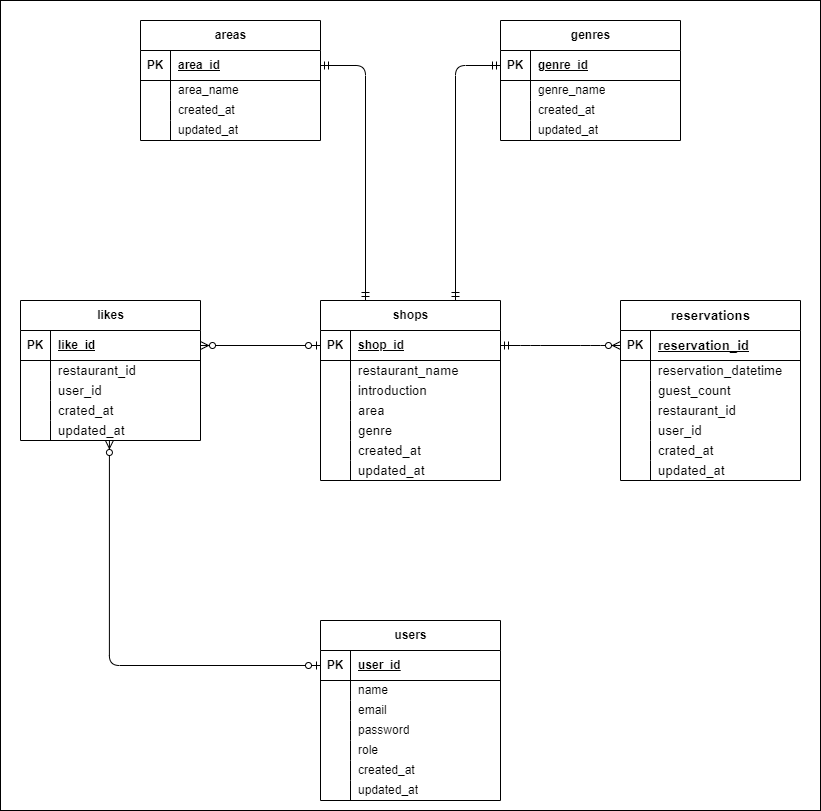
Earlier version of the draw.io export ER.drawio.png (seiya71/Rese). Source tidied: cells renumbered, new cells last; positions are measured from the earlier drawing's top-left corner, leaving out a move shared by most shapes.
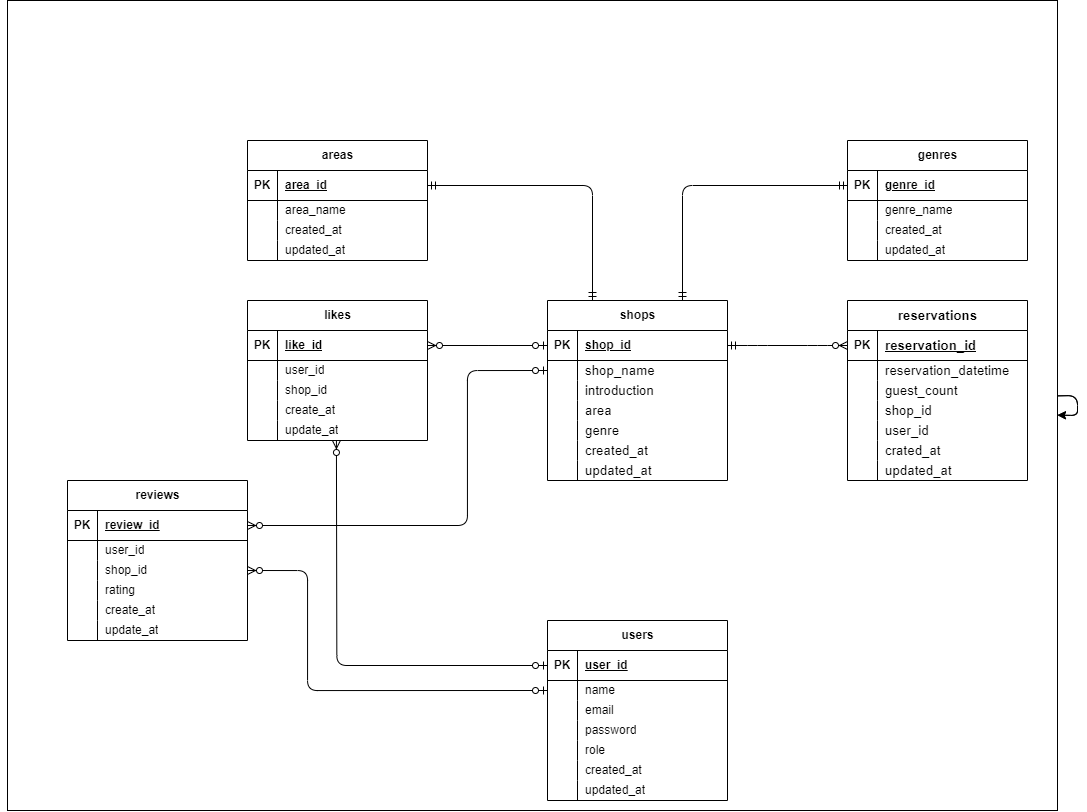
After the commit.

Change to the diagram source:
```diff
@@ -2,8 +2,13 @@
   <root>
     <mxCell id="0" />
     <mxCell id="1" parent="0" />
+    <mxCell id="116" style="edgeStyle=none;html=1;" parent="1" edge="1" source="2">
+      <mxGeometry relative="1" as="geometry">
+        <mxPoint y="400" as="targetPoint" />
+      </mxGeometry>
+    </mxCell>
     <mxCell id="2" style="rounded=0;whiteSpace=wrap;html=1;" parent="1" vertex="1">
-      <mxGeometry width="820" height="810" as="geometry" />
+      <mxGeometry x="-220" width="1050" height="810" as="geometry" />
     </mxCell>
     <mxCell id="3" value="users" style="shape=table;startSize=30;rowLines=0;fontStyle=1;align=center;html=1;" parent="1" vertex="1">
       <mxGeometry x="320" y="620" width="180" height="180" as="geometry" />
@@ -89,7 +94,7 @@
     <mxCell id="30" style="shape=partialRectangle;fillColor=none;top=0;left=0;bottom=0;right=0;overflow=hidden;whiteSpace=wrap;html=1;" parent="29" vertex="1">
       <mxGeometry width="30" height="20" as="geometry" />
     </mxCell>
-    <mxCell id="31" value="&lt;span style=&quot;color: rgb(0, 0, 0); font-size: 10pt; font-family: Arial;&quot;&gt;restaurant_name&lt;/span&gt;" style="shape=partialRectangle;fillColor=none;top=0;left=0;bottom=0;right=0;align=left;spacingLeft=6;overflow=hidden;whiteSpace=wrap;html=1;" parent="29" vertex="1">
+    <mxCell id="31" value="&lt;span style=&quot;color: rgb(0, 0, 0); font-size: 10pt; font-family: Arial;&quot;&gt;shop_name&lt;/span&gt;" style="shape=partialRectangle;fillColor=none;top=0;left=0;bottom=0;right=0;align=left;spacingLeft=6;overflow=hidden;whiteSpace=wrap;html=1;" parent="29" vertex="1">
       <mxGeometry x="30" width="150" height="20" as="geometry" />
     </mxCell>
     <mxCell id="32" style="shape=tableRow;horizontal=0;startSize=0;swimlaneHead=0;swimlaneBody=0;fillColor=none;top=0;left=0;right=0;bottom=0;" parent="25" vertex="1">
@@ -173,7 +178,7 @@
     <mxCell id="58" style="shape=partialRectangle;fillColor=none;top=0;left=0;bottom=0;right=0;overflow=hidden;whiteSpace=wrap;html=1;" parent="57" vertex="1">
       <mxGeometry width="30" height="20" as="geometry" />
     </mxCell>
-    <mxCell id="59" value="&lt;span style=&quot;color: rgb(0, 0, 0); font-size: 10pt; font-family: Arial;&quot;&gt;restaurant_id&lt;/span&gt;" style="shape=partialRectangle;fillColor=none;top=0;left=0;bottom=0;right=0;align=left;spacingLeft=6;overflow=hidden;whiteSpace=wrap;html=1;" parent="57" vertex="1">
+    <mxCell id="59" value="&lt;span style=&quot;color: rgb(0, 0, 0); font-size: 10pt; font-family: Arial;&quot;&gt;shop_id&lt;/span&gt;" style="shape=partialRectangle;fillColor=none;top=0;left=0;bottom=0;right=0;align=left;spacingLeft=6;overflow=hidden;whiteSpace=wrap;html=1;" parent="57" vertex="1">
       <mxGeometry x="30" width="150" height="20" as="geometry" />
     </mxCell>
     <mxCell id="60" style="shape=tableRow;horizontal=0;startSize=0;swimlaneHead=0;swimlaneBody=0;fillColor=none;top=0;left=0;right=0;bottom=0;" parent="47" vertex="1">
@@ -203,65 +208,21 @@
     <mxCell id="68" value="&lt;span style=&quot;color: rgb(0, 0, 0); font-size: 10pt; font-family: Arial;&quot;&gt;updated_at&lt;/span&gt;" style="shape=partialRectangle;fillColor=none;top=0;left=0;bottom=0;right=0;align=left;spacingLeft=6;overflow=hidden;whiteSpace=wrap;html=1;" parent="66" vertex="1">
       <mxGeometry x="30" width="150" height="20" as="geometry" />
     </mxCell>
-    <mxCell id="69" value="likes" style="shape=table;startSize=30;rowLines=0;fontStyle=1;align=center;html=1;" parent="1" vertex="1">
-      <mxGeometry x="20" y="300" width="180" height="140" as="geometry" />
-    </mxCell>
-    <mxCell id="70" style="shape=tableRow;horizontal=0;startSize=0;swimlaneHead=0;swimlaneBody=0;fillColor=none;points=[[0,0.5],[1,0.5]];portConstraint=eastwest;top=0;left=0;right=0;bottom=1;" parent="69" vertex="1">
-      <mxGeometry y="30" width="180" height="30" as="geometry" />
-    </mxCell>
-    <mxCell id="71" value="PK" style="shape=partialRectangle;fillColor=none;top=0;left=0;bottom=0;right=0;fontStyle=1;overflow=hidden;whiteSpace=wrap;html=1;" parent="70" vertex="1">
-      <mxGeometry width="30" height="30" as="geometry" />
-    </mxCell>
-    <mxCell id="72" value="like_id" style="shape=partialRectangle;fillColor=none;top=0;left=0;bottom=0;right=0;align=left;spacingLeft=6;fontStyle=5;overflow=hidden;whiteSpace=wrap;html=1;" parent="70" vertex="1">
-      <mxGeometry x="30" width="150" height="30" as="geometry" />
-    </mxCell>
-    <mxCell id="73" style="shape=tableRow;horizontal=0;startSize=0;swimlaneHead=0;swimlaneBody=0;fillColor=none;top=0;left=0;right=0;bottom=0;" parent="69" vertex="1">
-      <mxGeometry y="60" width="180" height="20" as="geometry" />
-    </mxCell>
-    <mxCell id="74" style="shape=partialRectangle;fillColor=none;top=0;left=0;bottom=0;right=0;overflow=hidden;whiteSpace=wrap;html=1;" parent="73" vertex="1">
-      <mxGeometry width="30" height="20" as="geometry" />
-    </mxCell>
-    <mxCell id="75" value="&lt;span style=&quot;color: rgb(0, 0, 0); font-size: 10pt; font-family: Arial;&quot;&gt;restaurant_id&lt;/span&gt;" style="shape=partialRectangle;fillColor=none;top=0;left=0;bottom=0;right=0;align=left;spacingLeft=6;overflow=hidden;whiteSpace=wrap;html=1;" parent="73" vertex="1">
-      <mxGeometry x="30" width="150" height="20" as="geometry" />
-    </mxCell>
-    <mxCell id="76" style="shape=tableRow;horizontal=0;startSize=0;swimlaneHead=0;swimlaneBody=0;fillColor=none;top=0;left=0;right=0;bottom=0;" parent="69" vertex="1">
-      <mxGeometry y="80" width="180" height="20" as="geometry" />
-    </mxCell>
-    <mxCell id="77" style="shape=partialRectangle;fillColor=none;top=0;left=0;bottom=0;right=0;overflow=hidden;whiteSpace=wrap;html=1;" parent="76" vertex="1">
-      <mxGeometry width="30" height="20" as="geometry" />
-    </mxCell>
-    <mxCell id="78" value="&lt;span style=&quot;color: rgb(0, 0, 0); font-size: 10pt; font-family: Arial;&quot;&gt;user_id&lt;/span&gt;" style="shape=partialRectangle;fillColor=none;top=0;left=0;bottom=0;right=0;align=left;spacingLeft=6;overflow=hidden;whiteSpace=wrap;html=1;" parent="76" vertex="1">
-      <mxGeometry x="30" width="150" height="20" as="geometry" />
-    </mxCell>
-    <mxCell id="79" style="shape=tableRow;horizontal=0;startSize=0;swimlaneHead=0;swimlaneBody=0;fillColor=none;top=0;left=0;right=0;bottom=0;" parent="69" vertex="1">
-      <mxGeometry y="100" width="180" height="20" as="geometry" />
-    </mxCell>
-    <mxCell id="80" style="shape=partialRectangle;fillColor=none;top=0;left=0;bottom=0;right=0;overflow=hidden;whiteSpace=wrap;html=1;" parent="79" vertex="1">
-      <mxGeometry width="30" height="20" as="geometry" />
-    </mxCell>
-    <mxCell id="81" value="&lt;span style=&quot;color: rgb(0, 0, 0); font-size: 10pt; font-family: Arial;&quot;&gt;crated_at&lt;/span&gt;" style="shape=partialRectangle;fillColor=none;top=0;left=0;bottom=0;right=0;align=left;spacingLeft=6;overflow=hidden;whiteSpace=wrap;html=1;" parent="79" vertex="1">
-      <mxGeometry x="30" width="150" height="20" as="geometry" />
-    </mxCell>
-    <mxCell id="82" style="shape=tableRow;horizontal=0;startSize=0;swimlaneHead=0;swimlaneBody=0;fillColor=none;points=[[0,0.5],[1,0.5]];portConstraint=eastwest;top=0;left=0;right=0;bottom=0;" parent="69" vertex="1">
-      <mxGeometry y="120" width="180" height="20" as="geometry" />
-    </mxCell>
-    <mxCell id="83" style="shape=partialRectangle;fillColor=none;top=0;left=0;bottom=0;right=0;overflow=hidden;whiteSpace=wrap;html=1;" parent="82" vertex="1">
-      <mxGeometry width="30" height="20" as="geometry" />
-    </mxCell>
-    <mxCell id="84" value="&lt;span style=&quot;color: rgb(0, 0, 0); font-size: 10pt; font-family: Arial;&quot;&gt;updated_at&lt;/span&gt;" style="shape=partialRectangle;fillColor=none;top=0;left=0;bottom=0;right=0;align=left;spacingLeft=6;overflow=hidden;whiteSpace=wrap;html=1;" parent="82" vertex="1">
-      <mxGeometry x="30" width="150" height="20" as="geometry" />
-    </mxCell>
-    <mxCell id="85" style="edgeStyle=orthogonalEdgeStyle;fontSize=12;html=1;endArrow=ERzeroToMany;startArrow=ERzeroToOne;exitX=0;exitY=0.5;exitDx=0;exitDy=0;entryX=0.494;entryY=1;entryDx=0;entryDy=0;entryPerimeter=0;" parent="1" edge="1" source="4" target="82">
-      <mxGeometry relative="1" as="geometry" />
+    <mxCell id="85" style="edgeStyle=orthogonalEdgeStyle;fontSize=12;html=1;endArrow=ERzeroToMany;startArrow=ERzeroToOne;exitX=0;exitY=0.5;exitDx=0;exitDy=0;entryX=0.494;entryY=1;entryDx=0;entryDy=0;entryPerimeter=0;" parent="1" edge="1" source="4">
+      <mxGeometry relative="1" as="geometry">
+        <mxPoint x="108.9" y="440" as="targetPoint" />
+      </mxGeometry>
     </mxCell>
-    <mxCell id="86" style="edgeStyle=orthogonalEdgeStyle;fontSize=12;html=1;endArrow=ERzeroToMany;startArrow=ERzeroToOne;exitX=0;exitY=0.5;exitDx=0;exitDy=0;entryX=1;entryY=0.5;entryDx=0;entryDy=0;" parent="1" edge="1" source="26" target="70">
-      <mxGeometry relative="1" as="geometry" />
+    <mxCell id="86" style="edgeStyle=orthogonalEdgeStyle;fontSize=12;html=1;endArrow=ERzeroToMany;startArrow=ERzeroToOne;exitX=0;exitY=0.5;exitDx=0;exitDy=0;entryX=1;entryY=0.5;entryDx=0;entryDy=0;" parent="1" edge="1" source="26">
+      <mxGeometry relative="1" as="geometry">
+        <mxPoint x="200" y="345" as="targetPoint" />
+      </mxGeometry>
     </mxCell>
     <mxCell id="87" style="edgeStyle=entityRelationEdgeStyle;fontSize=12;html=1;endArrow=ERzeroToMany;startArrow=ERmandOne;exitX=1;exitY=0.5;exitDx=0;exitDy=0;entryX=0;entryY=0.5;entryDx=0;entryDy=0;" parent="1" edge="1" source="26" target="48">
       <mxGeometry relative="1" as="geometry" />
     </mxCell>
     <mxCell id="88" value="areas" style="shape=table;startSize=30;rowLines=0;fontStyle=1;align=center;html=1;" parent="1" vertex="1">
-      <mxGeometry x="140" y="20" width="180" height="120" as="geometry" />
+      <mxGeometry x="20" y="140" width="180" height="120" as="geometry" />
     </mxCell>
     <mxCell id="89" style="shape=tableRow;horizontal=0;startSize=0;swimlaneHead=0;swimlaneBody=0;fillColor=none;points=[[0,0.5],[1,0.5]];portConstraint=eastwest;top=0;left=0;right=0;bottom=1;" parent="88" vertex="1">
       <mxGeometry y="30" width="180" height="30" as="geometry" />
@@ -300,7 +261,7 @@
       <mxGeometry x="30" width="150" height="20" as="geometry" />
     </mxCell>
     <mxCell id="101" value="genres" style="shape=table;startSize=30;rowLines=0;fontStyle=1;align=center;html=1;" parent="1" vertex="1">
-      <mxGeometry x="500" y="20" width="180" height="120" as="geometry" />
+      <mxGeometry x="620" y="140" width="180" height="120" as="geometry" />
     </mxCell>
     <mxCell id="102" style="shape=tableRow;horizontal=0;startSize=0;swimlaneHead=0;swimlaneBody=0;fillColor=none;points=[[0,0.5],[1,0.5]];portConstraint=eastwest;top=0;left=0;right=0;bottom=1;" parent="101" vertex="1">
       <mxGeometry y="30" width="180" height="30" as="geometry" />
@@ -344,5 +305,132 @@
     <mxCell id="115" style="edgeStyle=orthogonalEdgeStyle;fontSize=12;html=1;endArrow=ERmandOne;startArrow=ERmandOne;entryX=1;entryY=0.5;entryDx=0;entryDy=0;exitX=0.25;exitY=0;exitDx=0;exitDy=0;" parent="1" edge="1" source="25" target="89">
       <mxGeometry relative="1" as="geometry" />
     </mxCell>
+    <mxCell id="69" value="likes" style="shape=table;startSize=30;rowLines=0;fontStyle=1;align=center;html=1;" parent="1" vertex="1">
+      <mxGeometry x="20" y="300" width="180" height="140" as="geometry" />
+    </mxCell>
+    <mxCell id="117" style="shape=tableRow;horizontal=0;startSize=0;swimlaneHead=0;swimlaneBody=0;fillColor=none;top=0;left=0;right=0;bottom=1;" parent="69" vertex="1">
+      <mxGeometry y="30" width="180" height="30" as="geometry" />
+    </mxCell>
+    <mxCell id="118" value="PK" style="shape=partialRectangle;fillColor=none;top=0;left=0;bottom=0;right=0;fontStyle=1;overflow=hidden;whiteSpace=wrap;html=1;" parent="117" vertex="1">
+      <mxGeometry width="30" height="30" as="geometry" />
+    </mxCell>
+    <mxCell id="72" value="like_id" style="shape=partialRectangle;fillColor=none;top=0;left=0;bottom=0;right=0;align=left;spacingLeft=6;fontStyle=5;overflow=hidden;whiteSpace=wrap;html=1;" parent="117" vertex="1">
+      <mxGeometry x="30" width="150" height="30" as="geometry" />
+    </mxCell>
+    <mxCell id="119" style="shape=tableRow;horizontal=0;startSize=0;swimlaneHead=0;swimlaneBody=0;fillColor=none;top=0;left=0;right=0;bottom=0;" parent="69" vertex="1">
+      <mxGeometry y="60" width="180" height="20" as="geometry" />
+    </mxCell>
+    <mxCell id="120" style="shape=partialRectangle;fillColor=none;top=0;left=0;bottom=0;right=0;overflow=hidden;whiteSpace=wrap;html=1;" parent="119" vertex="1">
+      <mxGeometry width="30" height="20" as="geometry" />
+    </mxCell>
+    <mxCell id="121" value="user_id" style="shape=partialRectangle;fillColor=none;top=0;left=0;bottom=0;right=0;align=left;spacingLeft=6;overflow=hidden;whiteSpace=wrap;html=1;" parent="119" vertex="1">
+      <mxGeometry x="30" width="150" height="20" as="geometry" />
+    </mxCell>
+    <mxCell id="122" style="shape=tableRow;horizontal=0;startSize=0;swimlaneHead=0;swimlaneBody=0;fillColor=none;top=0;left=0;right=0;bottom=0;" parent="69" vertex="1">
+      <mxGeometry y="80" width="180" height="20" as="geometry" />
+    </mxCell>
+    <mxCell id="123" style="shape=partialRectangle;fillColor=none;top=0;left=0;bottom=0;right=0;overflow=hidden;whiteSpace=wrap;html=1;" parent="122" vertex="1">
+      <mxGeometry width="30" height="20" as="geometry" />
+    </mxCell>
+    <mxCell id="124" value="shop_id" style="shape=partialRectangle;fillColor=none;top=0;left=0;bottom=0;right=0;align=left;spacingLeft=6;overflow=hidden;whiteSpace=wrap;html=1;" parent="122" vertex="1">
+      <mxGeometry x="30" width="150" height="20" as="geometry" />
+    </mxCell>
+    <mxCell id="125" style="shape=tableRow;horizontal=0;startSize=0;swimlaneHead=0;swimlaneBody=0;fillColor=none;top=0;left=0;right=0;bottom=0;" parent="69" vertex="1">
+      <mxGeometry y="100" width="180" height="20" as="geometry" />
+    </mxCell>
+    <mxCell id="126" style="shape=partialRectangle;fillColor=none;top=0;left=0;bottom=0;right=0;overflow=hidden;whiteSpace=wrap;html=1;" parent="125" vertex="1">
+      <mxGeometry width="30" height="20" as="geometry" />
+    </mxCell>
+    <mxCell id="127" value="create_at" style="shape=partialRectangle;fillColor=none;top=0;left=0;bottom=0;right=0;align=left;spacingLeft=6;overflow=hidden;whiteSpace=wrap;html=1;" parent="125" vertex="1">
+      <mxGeometry x="30" width="150" height="20" as="geometry" />
+    </mxCell>
+    <mxCell id="128" style="shape=tableRow;horizontal=0;startSize=0;swimlaneHead=0;swimlaneBody=0;fillColor=none;top=0;left=0;right=0;bottom=0;" parent="69" vertex="1">
+      <mxGeometry y="120" width="180" height="20" as="geometry" />
+    </mxCell>
+    <mxCell id="129" style="shape=partialRectangle;fillColor=none;top=0;left=0;bottom=0;right=0;overflow=hidden;whiteSpace=wrap;html=1;" parent="128" vertex="1">
+      <mxGeometry width="30" height="20" as="geometry" />
+    </mxCell>
+    <mxCell id="130" value="update_at" style="shape=partialRectangle;fillColor=none;top=0;left=0;bottom=0;right=0;align=left;spacingLeft=6;overflow=hidden;whiteSpace=wrap;html=1;" parent="128" vertex="1">
+      <mxGeometry x="30" width="150" height="20" as="geometry" />
+    </mxCell>
+    <mxCell id="131" value="revie&lt;span style=&quot;background-color: transparent;&quot;&gt;ws&lt;/span&gt;" style="shape=table;startSize=30;rowLines=0;fontStyle=1;align=center;html=1;" parent="1" vertex="1">
+      <mxGeometry x="-160" y="480" width="180" height="160" as="geometry" />
+    </mxCell>
+    <mxCell id="132" style="shape=tableRow;horizontal=0;startSize=0;swimlaneHead=0;swimlaneBody=0;fillColor=none;points=[[0,0.5],[1,0.5]];portConstraint=eastwest;top=0;left=0;right=0;bottom=1;" parent="131" vertex="1">
+      <mxGeometry y="30" width="180" height="30" as="geometry" />
+    </mxCell>
+    <mxCell id="133" value="PK" style="shape=partialRectangle;fillColor=none;top=0;left=0;bottom=0;right=0;fontStyle=1;overflow=hidden;whiteSpace=wrap;html=1;" parent="132" vertex="1">
+      <mxGeometry width="30" height="30" as="geometry" />
+    </mxCell>
+    <mxCell id="134" value="review_id" style="shape=partialRectangle;fillColor=none;top=0;left=0;bottom=0;right=0;align=left;spacingLeft=6;fontStyle=5;overflow=hidden;whiteSpace=wrap;html=1;" parent="132" vertex="1">
+      <mxGeometry x="30" width="150" height="30" as="geometry" />
+    </mxCell>
+    <mxCell id="135" style="shape=tableRow;horizontal=0;startSize=0;swimlaneHead=0;swimlaneBody=0;fillColor=none;top=0;left=0;right=0;bottom=0;" parent="131" vertex="1">
+      <mxGeometry y="60" width="180" height="20" as="geometry" />
+    </mxCell>
+    <mxCell id="136" style="shape=partialRectangle;fillColor=none;top=0;left=0;bottom=0;right=0;overflow=hidden;whiteSpace=wrap;html=1;" parent="135" vertex="1">
+      <mxGeometry width="30" height="20" as="geometry" />
+    </mxCell>
+    <mxCell id="137" value="user_id" style="shape=partialRectangle;fillColor=none;top=0;left=0;bottom=0;right=0;align=left;spacingLeft=6;overflow=hidden;whiteSpace=wrap;html=1;" parent="135" vertex="1">
+      <mxGeometry x="30" width="150" height="20" as="geometry" />
+    </mxCell>
+    <mxCell id="138" style="shape=tableRow;horizontal=0;startSize=0;swimlaneHead=0;swimlaneBody=0;fillColor=none;points=[[0,0.5],[1,0.5]];portConstraint=eastwest;top=0;left=0;right=0;bottom=0;" parent="131" vertex="1">
+      <mxGeometry y="80" width="180" height="20" as="geometry" />
+    </mxCell>
+    <mxCell id="139" style="shape=partialRectangle;fillColor=none;top=0;left=0;bottom=0;right=0;overflow=hidden;whiteSpace=wrap;html=1;" parent="138" vertex="1">
+      <mxGeometry width="30" height="20" as="geometry" />
+    </mxCell>
+    <mxCell id="140" value="shop_id" style="shape=partialRectangle;fillColor=none;top=0;left=0;bottom=0;right=0;align=left;spacingLeft=6;overflow=hidden;whiteSpace=wrap;html=1;" parent="138" vertex="1">
+      <mxGeometry x="30" width="150" height="20" as="geometry" />
+    </mxCell>
+    <mxCell id="141" style="shape=tableRow;horizontal=0;startSize=0;swimlaneHead=0;swimlaneBody=0;fillColor=none;top=0;left=0;right=0;bottom=0;" parent="131" vertex="1">
+      <mxGeometry y="100" width="180" height="20" as="geometry" />
+    </mxCell>
+    <mxCell id="142" style="shape=partialRectangle;fillColor=none;top=0;left=0;bottom=0;right=0;overflow=hidden;whiteSpace=wrap;html=1;" parent="141" vertex="1">
+      <mxGeometry width="30" height="20" as="geometry" />
+    </mxCell>
+    <mxCell id="143" value="rating" style="shape=partialRectangle;fillColor=none;top=0;left=0;bottom=0;right=0;align=left;spacingLeft=6;overflow=hidden;whiteSpace=wrap;html=1;" parent="141" vertex="1">
+      <mxGeometry x="30" width="150" height="20" as="geometry" />
+    </mxCell>
+    <mxCell id="144" style="shape=tableRow;horizontal=0;startSize=0;swimlaneHead=0;swimlaneBody=0;fillColor=none;top=0;left=0;right=0;bottom=0;" parent="131" vertex="1">
+      <mxGeometry y="120" width="180" height="20" as="geometry" />
+    </mxCell>
+    <mxCell id="145" style="shape=partialRectangle;fillColor=none;top=0;left=0;bottom=0;right=0;overflow=hidden;whiteSpace=wrap;html=1;" parent="144" vertex="1">
+      <mxGeometry width="30" height="20" as="geometry" />
+    </mxCell>
+    <mxCell id="146" value="create_at" style="shape=partialRectangle;fillColor=none;top=0;left=0;bottom=0;right=0;align=left;spacingLeft=6;overflow=hidden;whiteSpace=wrap;html=1;" parent="144" vertex="1">
+      <mxGeometry x="30" width="150" height="20" as="geometry" />
+    </mxCell>
+    <mxCell id="147" style="shape=tableRow;horizontal=0;startSize=0;swimlaneHead=0;swimlaneBody=0;fillColor=none;top=0;left=0;right=0;bottom=0;" parent="131" vertex="1">
+      <mxGeometry y="140" width="180" height="20" as="geometry" />
+    </mxCell>
+    <mxCell id="148" style="shape=partialRectangle;fillColor=none;top=0;left=0;bottom=0;right=0;overflow=hidden;whiteSpace=wrap;html=1;" parent="147" vertex="1">
+      <mxGeometry width="30" height="20" as="geometry" />
+    </mxCell>
+    <mxCell id="149" value="update_at" style="shape=partialRectangle;fillColor=none;top=0;left=0;bottom=0;right=0;align=left;spacingLeft=6;overflow=hidden;whiteSpace=wrap;html=1;" parent="147" vertex="1">
+      <mxGeometry x="30" width="150" height="20" as="geometry" />
+    </mxCell>
+    <mxCell id="150" style="edgeStyle=none;html=1;" parent="1" edge="1" source="2" target="2">
+      <mxGeometry relative="1" as="geometry" />
+    </mxCell>
+    <mxCell id="151" style="edgeStyle=none;html=1;" parent="1" edge="1" source="2" target="2">
+      <mxGeometry relative="1" as="geometry" />
+    </mxCell>
+    <mxCell id="152" style="edgeStyle=orthogonalEdgeStyle;fontSize=12;html=1;endArrow=ERzeroToMany;startArrow=ERzeroToOne;exitX=0;exitY=0.5;exitDx=0;exitDy=0;entryX=1;entryY=0.5;entryDx=0;entryDy=0;" parent="1" edge="1" source="29" target="132">
+      <mxGeometry relative="1" as="geometry">
+        <Array as="points">
+          <mxPoint x="240" y="370" />
+          <mxPoint x="240" y="525" />
+        </Array>
+      </mxGeometry>
+    </mxCell>
+    <mxCell id="153" style="edgeStyle=orthogonalEdgeStyle;fontSize=12;html=1;endArrow=ERzeroToMany;startArrow=ERzeroToOne;exitX=0;exitY=0.5;exitDx=0;exitDy=0;entryX=1;entryY=0.5;entryDx=0;entryDy=0;" parent="1" edge="1" source="7" target="138">
+      <mxGeometry relative="1" as="geometry">
+        <Array as="points">
+          <mxPoint x="80" y="690" />
+          <mxPoint x="80" y="570" />
+        </Array>
+      </mxGeometry>
+    </mxCell>
   </root>
 </mxGraphModel>
```
